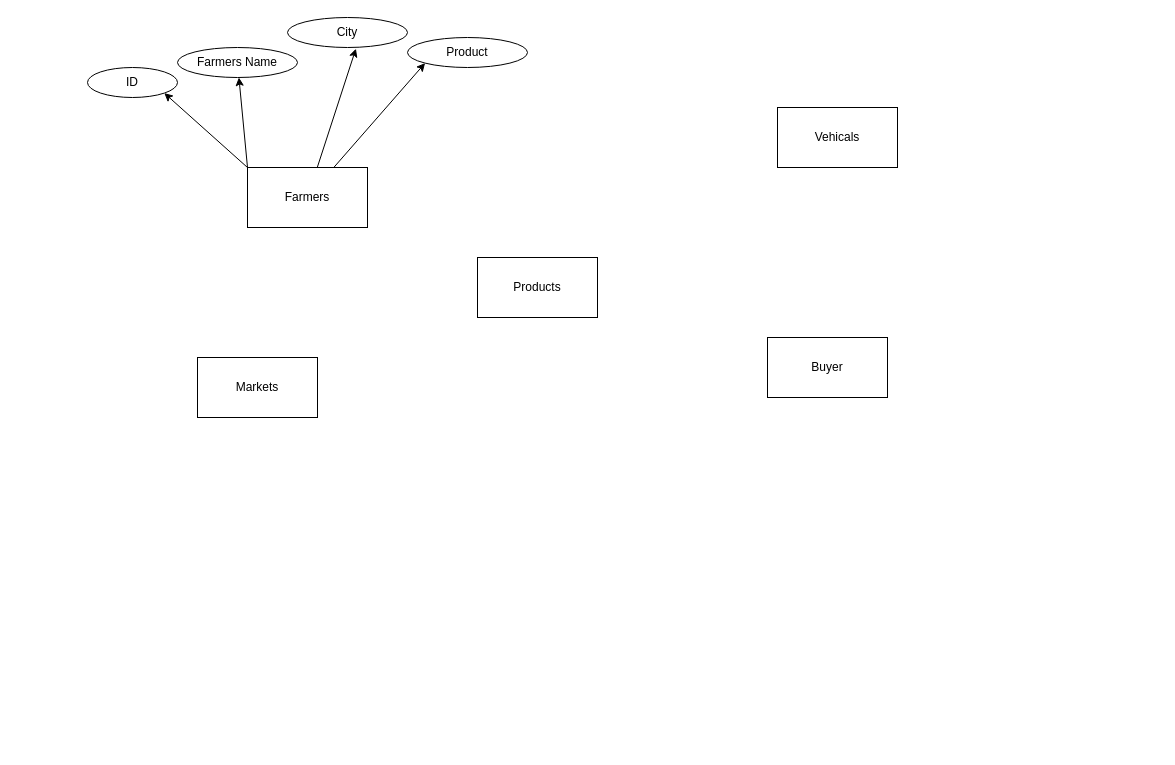
Above: Untitled Diagram.drawio in rahulshermale/farmer_help (draw.io), before the change. Source tidied: cells renumbered, new cells numbered last; positions are measured from the earlier drawing's top-left corner, leaving out a move shared by most shapes. Both pictures are drawn from the tidied source at 100%, with x=0, y=0 at pixel (87, 17).
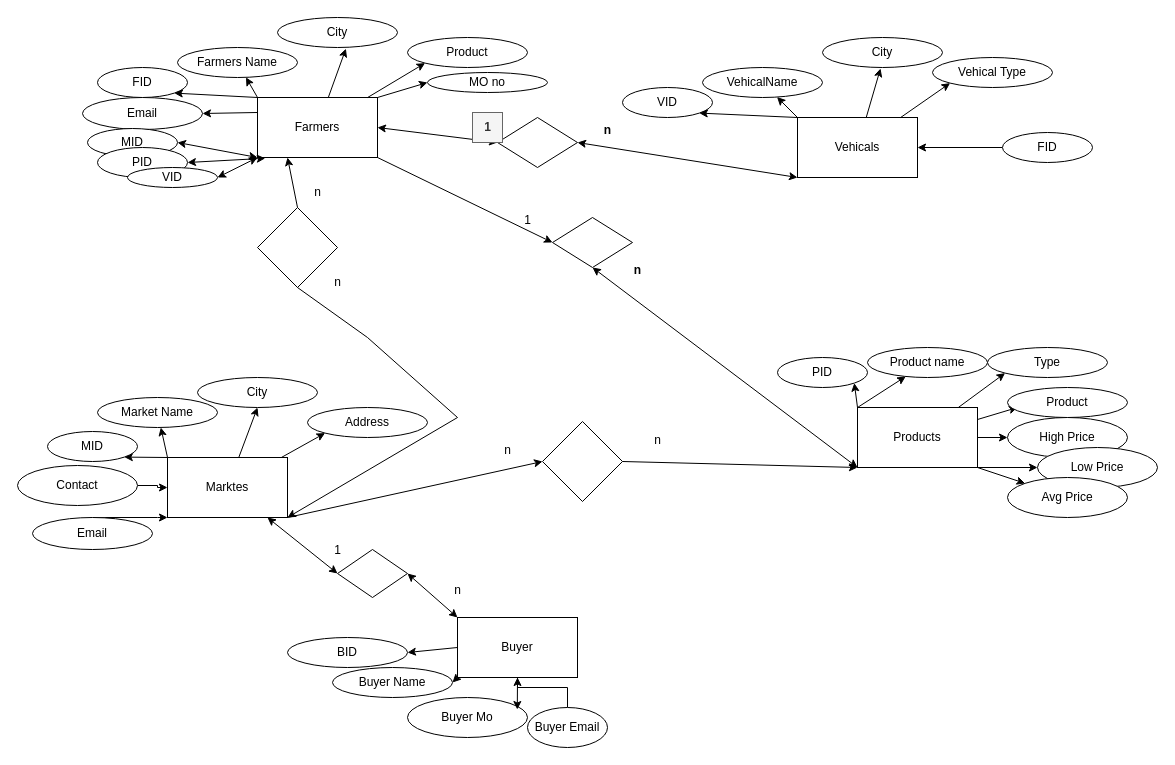
The same diagram, later.

Diff of the diagram source:
```diff
@@
     <mxCell id="2" value="Farmers" style="rounded=0;whiteSpace=wrap;html=1;" parent="1" vertex="1">
-      <mxGeometry x="160" y="150" width="120" height="60" as="geometry" />
+      <mxGeometry x="170" y="80" width="120" height="60" as="geometry" />
     </mxCell>
-    <mxCell id="3" value="Vehicals" style="whiteSpace=wrap;html=1;" parent="1" vertex="1">
-      <mxGeometry x="690" y="90" width="120" height="60" as="geometry" />
-    </mxCell>
-    <mxCell id="4" value="Markets" style="whiteSpace=wrap;html=1;" parent="1" vertex="1">
-      <mxGeometry x="110" y="340" width="120" height="60" as="geometry" />
-    </mxCell>
     <mxCell id="5" value="Buyer" style="whiteSpace=wrap;html=1;" parent="1" vertex="1">
-      <mxGeometry x="680" y="320" width="120" height="60" as="geometry" />
+      <mxGeometry x="370" y="600" width="120" height="60" as="geometry" />
     </mxCell>
-    <mxCell id="6" value="ID" style="ellipse;whiteSpace=wrap;html=1;" parent="1" vertex="1">
-      <mxGeometry y="50" width="90" height="30" as="geometry" />
+    <mxCell id="6" value="FID" style="ellipse;whiteSpace=wrap;html=1;" parent="1" vertex="1">
+      <mxGeometry x="10" y="50" width="90" height="30" as="geometry" />
     </mxCell>
@@
     <mxCell id="9" value="City" style="ellipse;whiteSpace=wrap;html=1;" parent="1" vertex="1">
-      <mxGeometry x="200" width="120" height="30" as="geometry" />
+      <mxGeometry x="190" width="120" height="30" as="geometry" />
     </mxCell>
-    <mxCell id="10" value="Products" style="rounded=0;whiteSpace=wrap;html=1;" parent="1" vertex="1">
-      <mxGeometry x="390" y="240" width="120" height="60" as="geometry" />
-    </mxCell>
@@
+    <mxCell id="3" value="Vehicals" style="rounded=0;whiteSpace=wrap;html=1;" parent="1" vertex="1">
+      <mxGeometry x="710" y="100" width="120" height="60" as="geometry" />
+    </mxCell>
+    <mxCell id="15" value="VID" style="ellipse;whiteSpace=wrap;html=1;" parent="1" vertex="1">
+      <mxGeometry x="535" y="70" width="90" height="30" as="geometry" />
+    </mxCell>
+    <mxCell id="16" value="VehicalName" style="ellipse;whiteSpace=wrap;html=1;" parent="1" vertex="1">
+      <mxGeometry x="615" y="50" width="120" height="30" as="geometry" />
+    </mxCell>
+    <mxCell id="17" value="Vehical Type" style="ellipse;whiteSpace=wrap;html=1;" parent="1" vertex="1">
+      <mxGeometry x="845" y="40" width="120" height="30" as="geometry" />
+    </mxCell>
+    <mxCell id="18" style="endArrow=classic;html=1;rounded=0;entryX=1;entryY=1;entryDx=0;entryDy=0;exitX=0;exitY=0;exitDx=0;exitDy=0;" parent="1" edge="1" source="3" target="15">
+      <mxGeometry relative="1" as="geometry" />
+    </mxCell>
+    <mxCell id="19" style="endArrow=classic;html=1;rounded=0;exitX=0;exitY=0;exitDx=0;exitDy=0;" parent="1" edge="1" source="3" target="16">
+      <mxGeometry relative="1" as="geometry" />
+    </mxCell>
+    <mxCell id="20" style="endArrow=classic;html=1;rounded=0;entryX=0.57;entryY=1.04;entryDx=0;entryDy=0;entryPerimeter=0;" parent="1" edge="1" source="3">
+      <mxGeometry relative="1" as="geometry">
+        <mxPoint x="793" y="51" as="targetPoint" />
+      </mxGeometry>
+    </mxCell>
+    <mxCell id="21" style="endArrow=classic;html=1;rounded=0;entryX=0;entryY=1;entryDx=0;entryDy=0;" parent="1" edge="1" source="3" target="17">
+      <mxGeometry relative="1" as="geometry" />
+    </mxCell>
+    <mxCell id="22" value="City" style="ellipse;whiteSpace=wrap;html=1;" parent="1" vertex="1">
+      <mxGeometry x="735" y="20" width="120" height="30" as="geometry" />
+    </mxCell>
+    <mxCell id="10" value="Products" style="rounded=0;whiteSpace=wrap;html=1;" parent="1" vertex="1">
+      <mxGeometry x="770" y="390" width="120" height="60" as="geometry" />
+    </mxCell>
+    <mxCell id="23" value="PID" style="ellipse;whiteSpace=wrap;html=1;" parent="1" vertex="1">
+      <mxGeometry x="690" y="340" width="90" height="30" as="geometry" />
+    </mxCell>
+    <mxCell id="24" value="Product name" style="ellipse;whiteSpace=wrap;html=1;" parent="1" vertex="1">
+      <mxGeometry x="780" y="330" width="120" height="30" as="geometry" />
+    </mxCell>
+    <mxCell id="25" style="endArrow=classic;html=1;rounded=0;entryX=1;entryY=1;entryDx=0;entryDy=0;exitX=0;exitY=0;exitDx=0;exitDy=0;" parent="1" edge="1" source="10" target="23">
+      <mxGeometry relative="1" as="geometry" />
+    </mxCell>
+    <mxCell id="26" style="endArrow=classic;html=1;rounded=0;exitX=0;exitY=0;exitDx=0;exitDy=0;" parent="1" edge="1" source="10" target="24">
+      <mxGeometry relative="1" as="geometry" />
+    </mxCell>
+    <mxCell id="27" style="endArrow=classic;html=1;rounded=0;entryX=0;entryY=1;entryDx=0;entryDy=0;" parent="1" edge="1" source="10" target="29">
+      <mxGeometry relative="1" as="geometry" />
+    </mxCell>
+    <mxCell id="28" style="endArrow=classic;html=1;rounded=0;" parent="1" edge="1" source="10">
+      <mxGeometry relative="1" as="geometry">
+        <mxPoint x="930" y="390" as="targetPoint" />
+      </mxGeometry>
+    </mxCell>
+    <mxCell id="29" value="Type" style="ellipse;whiteSpace=wrap;html=1;" parent="1" vertex="1">
+      <mxGeometry x="900" y="330" width="120" height="30" as="geometry" />
+    </mxCell>
+    <mxCell id="30" value="Product" style="ellipse;whiteSpace=wrap;html=1;" parent="1" vertex="1">
+      <mxGeometry x="920" y="370" width="120" height="30" as="geometry" />
+    </mxCell>
+    <mxCell id="31" value="High Price" style="ellipse;whiteSpace=wrap;html=1;" parent="1" vertex="1">
+      <mxGeometry x="920" y="400" width="120" height="40" as="geometry" />
+    </mxCell>
+    <mxCell id="32" value="Low Price" style="ellipse;whiteSpace=wrap;html=1;" parent="1" vertex="1">
+      <mxGeometry x="950" y="430" width="120" height="40" as="geometry" />
+    </mxCell>
+    <mxCell id="33" value="Avg Price" style="ellipse;whiteSpace=wrap;html=1;" parent="1" vertex="1">
+      <mxGeometry x="920" y="460" width="120" height="40" as="geometry" />
+    </mxCell>
+    <mxCell id="34" style="endArrow=classic;html=1;rounded=0;entryX=0;entryY=0.5;entryDx=0;entryDy=0;exitX=1;exitY=0.5;exitDx=0;exitDy=0;" parent="1" edge="1" source="10" target="31">
+      <mxGeometry relative="1" as="geometry" />
+    </mxCell>
+    <mxCell id="35" style="endArrow=classic;html=1;rounded=0;entryX=0;entryY=0.5;entryDx=0;entryDy=0;" parent="1" edge="1" target="32">
+      <mxGeometry relative="1" as="geometry">
+        <mxPoint x="890" y="450" as="sourcePoint" />
+        <Array as="points">
+          <mxPoint x="890" y="450" />
+        </Array>
+      </mxGeometry>
+    </mxCell>
+    <mxCell id="36" style="endArrow=classic;html=1;rounded=0;entryX=0;entryY=0;entryDx=0;entryDy=0;exitX=1;exitY=1;exitDx=0;exitDy=0;" parent="1" edge="1" source="10" target="33">
+      <mxGeometry relative="1" as="geometry" />
+    </mxCell>
+    <mxCell id="37" value="Marktes" style="rounded=0;whiteSpace=wrap;html=1;" parent="1" vertex="1">
+      <mxGeometry x="80" y="440" width="120" height="60" as="geometry" />
+    </mxCell>
+    <mxCell id="38" value="Market Name" style="ellipse;whiteSpace=wrap;html=1;" parent="1" vertex="1">
+      <mxGeometry x="10" y="380" width="120" height="30" as="geometry" />
+    </mxCell>
+    <mxCell id="39" style="endArrow=classic;html=1;rounded=0;entryX=1;entryY=1;entryDx=0;entryDy=0;exitX=0;exitY=0;exitDx=0;exitDy=0;" parent="1" edge="1" source="37" target="45">
+      <mxGeometry relative="1" as="geometry" />
+    </mxCell>
+    <mxCell id="40" style="endArrow=classic;html=1;rounded=0;exitX=0;exitY=0;exitDx=0;exitDy=0;" parent="1" edge="1" source="37" target="38">
+      <mxGeometry relative="1" as="geometry" />
+    </mxCell>
+    <mxCell id="41" style="endArrow=classic;html=1;rounded=0;entryX=0.5;entryY=1;entryDx=0;entryDy=0;" parent="1" edge="1" source="37" target="43">
+      <mxGeometry relative="1" as="geometry" />
+    </mxCell>
+    <mxCell id="42" style="endArrow=classic;html=1;rounded=0;entryX=0;entryY=1;entryDx=0;entryDy=0;" parent="1" edge="1" source="37" target="44">
+      <mxGeometry relative="1" as="geometry" />
+    </mxCell>
+    <mxCell id="43" value="City" style="ellipse;whiteSpace=wrap;html=1;" parent="1" vertex="1">
+      <mxGeometry x="110" y="360" width="120" height="30" as="geometry" />
+    </mxCell>
+    <mxCell id="44" value="Address" style="ellipse;whiteSpace=wrap;html=1;" parent="1" vertex="1">
+      <mxGeometry x="220" y="390" width="120" height="30" as="geometry" />
+    </mxCell>
+    <mxCell id="45" value="MID" style="ellipse;whiteSpace=wrap;html=1;" parent="1" vertex="1">
+      <mxGeometry x="-40" y="414" width="90" height="30" as="geometry" />
+    </mxCell>
+    <mxCell id="46" style="rhombus;whiteSpace=wrap;html=1;" parent="1" vertex="1">
+      <mxGeometry x="170" y="190" width="80" height="80" as="geometry" />
+    </mxCell>
+    <mxCell id="47" style="endArrow=classic;html=1;rounded=0;entryX=0.25;entryY=1;entryDx=0;entryDy=0;exitX=0.5;exitY=0;exitDx=0;exitDy=0;" parent="1" edge="1" source="46" target="2">
+      <mxGeometry relative="1" as="geometry" />
+    </mxCell>
+    <mxCell id="48" style="endArrow=classic;html=1;rounded=0;exitX=0.5;exitY=1;exitDx=0;exitDy=0;entryX=1;entryY=1;entryDx=0;entryDy=0;" parent="1" edge="1" source="46" target="37">
+      <mxGeometry relative="1" as="geometry">
+        <Array as="points">
+          <mxPoint x="280" y="320" />
+          <mxPoint x="370" y="400" />
+        </Array>
+      </mxGeometry>
+    </mxCell>
+    <mxCell id="49" value="n" style="text;html=1;align=center;verticalAlign=middle;strokeColor=none;fillColor=none;" parent="1" vertex="1">
+      <mxGeometry x="215" y="160" width="30" height="30" as="geometry" />
+    </mxCell>
+    <mxCell id="50" value="n" style="text;html=1;align=center;verticalAlign=middle;strokeColor=none;fillColor=none;" parent="1" vertex="1">
+      <mxGeometry x="235" y="250" width="30" height="30" as="geometry" />
+    </mxCell>
+    <mxCell id="51" style="rhombus;whiteSpace=wrap;html=1;" parent="1" vertex="1">
+      <mxGeometry x="410" y="100" width="80" height="50" as="geometry" />
+    </mxCell>
+    <mxCell id="52" style="endArrow=classic;startArrow=classic;html=1;rounded=0;entryX=0;entryY=1;entryDx=0;entryDy=0;exitX=1;exitY=0.5;exitDx=0;exitDy=0;" parent="1" edge="1" source="51" target="3">
+      <mxGeometry relative="1" as="geometry" />
+    </mxCell>
+    <mxCell id="53" style="endArrow=classic;startArrow=classic;html=1;rounded=0;entryX=0;entryY=0.5;entryDx=0;entryDy=0;exitX=1;exitY=0.5;exitDx=0;exitDy=0;" parent="1" edge="1" source="2" target="51">
+      <mxGeometry relative="1" as="geometry" />
+    </mxCell>
+    <mxCell id="54" value="&lt;b&gt;1&lt;/b&gt;" style="text;html=1;align=center;verticalAlign=middle;fillColor=#f5f5f5;fontColor=#333333;strokeColor=#666666;" parent="1" vertex="1">
+      <mxGeometry x="385" y="95" width="30" height="30" as="geometry" />
+    </mxCell>
+    <mxCell id="55" value="&lt;b&gt;n&lt;/b&gt;" style="text;html=1;align=center;verticalAlign=middle;strokeColor=none;fillColor=none;" parent="1" vertex="1">
+      <mxGeometry x="505" y="98" width="30" height="30" as="geometry" />
+    </mxCell>
+    <mxCell id="56" style="rhombus;whiteSpace=wrap;html=1;" parent="1" vertex="1">
+      <mxGeometry x="465" y="200" width="80" height="50" as="geometry" />
+    </mxCell>
+    <mxCell id="57" style="endArrow=classic;html=1;rounded=0;entryX=0;entryY=0.5;entryDx=0;entryDy=0;exitX=1;exitY=1;exitDx=0;exitDy=0;" parent="1" edge="1" source="2" target="56">
+      <mxGeometry relative="1" as="geometry" />
+    </mxCell>
+    <mxCell id="58" style="endArrow=classic;startArrow=classic;html=1;rounded=0;entryX=0;entryY=1;entryDx=0;entryDy=0;exitX=0.5;exitY=1;exitDx=0;exitDy=0;" parent="1" edge="1" source="56" target="10">
+      <mxGeometry relative="1" as="geometry" />
+    </mxCell>
+    <mxCell id="59" value="1" style="text;html=1;align=center;verticalAlign=middle;strokeColor=none;fillColor=none;" parent="1" vertex="1">
+      <mxGeometry x="425" y="188" width="30" height="30" as="geometry" />
+    </mxCell>
+    <mxCell id="60" value="&lt;b&gt;n&lt;/b&gt;" style="text;html=1;align=center;verticalAlign=middle;strokeColor=none;fillColor=none;" parent="1" vertex="1">
+      <mxGeometry x="535" y="238" width="30" height="30" as="geometry" />
+    </mxCell>
+    <mxCell id="61" style="rhombus;whiteSpace=wrap;html=1;" parent="1" vertex="1">
+      <mxGeometry x="455" y="404" width="80" height="80" as="geometry" />
+    </mxCell>
+    <mxCell id="62" style="endArrow=classic;html=1;rounded=0;exitX=1;exitY=0.5;exitDx=0;exitDy=0;" parent="1" edge="1" source="61">
+      <mxGeometry relative="1" as="geometry">
+        <mxPoint x="770" y="450" as="targetPoint" />
+      </mxGeometry>
+    </mxCell>
+    <mxCell id="63" style="endArrow=classic;html=1;rounded=0;exitX=1;exitY=1;exitDx=0;exitDy=0;entryX=0;entryY=0.5;entryDx=0;entryDy=0;" parent="1" edge="1" source="37" target="61">
+      <mxGeometry relative="1" as="geometry" />
+    </mxCell>
+    <mxCell id="64" value="n" style="text;html=1;align=center;verticalAlign=middle;strokeColor=none;fillColor=none;" parent="1" vertex="1">
+      <mxGeometry x="555" y="408" width="30" height="30" as="geometry" />
+    </mxCell>
+    <mxCell id="65" value="n" style="text;html=1;align=center;verticalAlign=middle;strokeColor=none;fillColor=none;" parent="1" vertex="1">
+      <mxGeometry x="405" y="418" width="30" height="30" as="geometry" />
+    </mxCell>
+    <mxCell id="66" value="BID" style="ellipse;whiteSpace=wrap;html=1;" parent="1" vertex="1">
+      <mxGeometry x="200" y="620" width="120" height="30" as="geometry" />
+    </mxCell>
+    <mxCell id="67" value="Buyer Name" style="ellipse;whiteSpace=wrap;html=1;" parent="1" vertex="1">
+      <mxGeometry x="245" y="650" width="120" height="30" as="geometry" />
+    </mxCell>
+    <mxCell id="68" value="Buyer Mo" style="ellipse;whiteSpace=wrap;html=1;" parent="1" vertex="1">
+      <mxGeometry x="320" y="680" width="120" height="40" as="geometry" />
+    </mxCell>
+    <mxCell id="69" style="edgeStyle=orthogonalEdgeStyle;rounded=0;jettySize=auto;html=1;" parent="1" edge="1" source="70" target="37">
+      <mxGeometry relative="1" as="geometry" />
+    </mxCell>
+    <mxCell id="70" value="Contact" style="ellipse;whiteSpace=wrap;html=1;" parent="1" vertex="1">
+      <mxGeometry x="-70" y="448" width="120" height="40" as="geometry" />
+    </mxCell>
+    <mxCell id="71" style="edgeStyle=orthogonalEdgeStyle;rounded=0;jettySize=auto;html=1;" parent="1" edge="1" source="72" target="37">
+      <mxGeometry relative="1" as="geometry">
+        <Array as="points">
+          <mxPoint x="70" y="500" />
+          <mxPoint x="70" y="500" />
+        </Array>
+      </mxGeometry>
+    </mxCell>
+    <mxCell id="72" value="Email" style="ellipse;whiteSpace=wrap;html=1;" parent="1" vertex="1">
+      <mxGeometry x="-55" y="500" width="120" height="32" as="geometry" />
+    </mxCell>
+    <mxCell id="73" value="MO no" style="ellipse;whiteSpace=wrap;html=1;" parent="1" vertex="1">
+      <mxGeometry x="340" y="55" width="120" height="20" as="geometry" />
+    </mxCell>
+    <mxCell id="74" style="endArrow=classic;html=1;rounded=0;entryX=0;entryY=0.5;entryDx=0;entryDy=0;exitX=1;exitY=0;exitDx=0;exitDy=0;" parent="1" edge="1" source="2" target="73">
+      <mxGeometry relative="1" as="geometry" />
+    </mxCell>
+    <mxCell id="75" value="Email" style="ellipse;whiteSpace=wrap;html=1;" parent="1" vertex="1">
+      <mxGeometry x="-5" y="80" width="120" height="32" as="geometry" />
+    </mxCell>
+    <mxCell id="76" style="endArrow=classic;html=1;rounded=0;entryX=1;entryY=0.5;entryDx=0;entryDy=0;exitX=0;exitY=0.25;exitDx=0;exitDy=0;" parent="1" edge="1" source="2" target="75">
+      <mxGeometry relative="1" as="geometry" />
+    </mxCell>
+    <mxCell id="77" style="endArrow=classic;html=1;rounded=0;entryX=1;entryY=0.5;entryDx=0;entryDy=0;exitX=0;exitY=0.5;exitDx=0;exitDy=0;" parent="1" edge="1" source="5" target="66">
+      <mxGeometry relative="1" as="geometry" />
+    </mxCell>
+    <mxCell id="78" style="endArrow=classic;html=1;rounded=0;entryX=1;entryY=0.5;entryDx=0;entryDy=0;" parent="1" edge="1" target="67">
+      <mxGeometry relative="1" as="geometry">
+        <mxPoint x="370" y="660" as="sourcePoint" />
+      </mxGeometry>
+    </mxCell>
+    <mxCell id="79" style="endArrow=classic;html=1;rounded=0;entryX=0.915;entryY=0.3;entryDx=0;entryDy=0;entryPerimeter=0;exitX=0.5;exitY=1;exitDx=0;exitDy=0;" parent="1" edge="1" source="5" target="68">
+      <mxGeometry relative="1" as="geometry" />
+    </mxCell>
+    <mxCell id="80" style="edgeStyle=orthogonalEdgeStyle;rounded=0;jettySize=auto;html=1;" parent="1" edge="1" source="81" target="5">
+      <mxGeometry relative="1" as="geometry" />
+    </mxCell>
+    <mxCell id="81" value="Buyer Email" style="ellipse;whiteSpace=wrap;html=1;" parent="1" vertex="1">
+      <mxGeometry x="440" y="690" width="80" height="40" as="geometry" />
+    </mxCell>
+    <mxCell id="82" style="endArrow=classic;startArrow=classic;html=1;rounded=0;exitX=0.833;exitY=1;exitDx=0;exitDy=0;exitPerimeter=0;entryX=0;entryY=0.5;entryDx=0;entryDy=0;" parent="1" edge="1" source="37" target="83">
+      <mxGeometry relative="1" as="geometry" />
+    </mxCell>
+    <mxCell id="83" style="rhombus;whiteSpace=wrap;html=1;" parent="1" vertex="1">
+      <mxGeometry x="250" y="532" width="70" height="48" as="geometry" />
+    </mxCell>
+    <mxCell id="84" style="endArrow=classic;startArrow=classic;html=1;rounded=0;exitX=1;exitY=0.5;exitDx=0;exitDy=0;entryX=0;entryY=0;entryDx=0;entryDy=0;" parent="1" edge="1" source="83" target="5">
+      <mxGeometry relative="1" as="geometry" />
+    </mxCell>
+    <mxCell id="85" value="1" style="text;html=1;align=center;verticalAlign=middle;strokeColor=none;fillColor=none;" parent="1" vertex="1">
+      <mxGeometry x="235" y="518" width="30" height="30" as="geometry" />
+    </mxCell>
+    <mxCell id="86" value="n" style="text;html=1;align=center;verticalAlign=middle;strokeColor=none;fillColor=none;" parent="1" vertex="1">
+      <mxGeometry x="355" y="558" width="30" height="30" as="geometry" />
+    </mxCell>
+    <mxCell id="87" value="MID" style="ellipse;whiteSpace=wrap;html=1;" parent="1" vertex="1">
+      <mxGeometry y="111" width="90" height="28" as="geometry" />
+    </mxCell>
+    <mxCell id="88" value="PID" style="ellipse;whiteSpace=wrap;html=1;" parent="1" vertex="1">
+      <mxGeometry x="10" y="130" width="90" height="30" as="geometry" />
+    </mxCell>
+    <mxCell id="89" value="VID" style="ellipse;whiteSpace=wrap;html=1;" parent="1" vertex="1">
+      <mxGeometry x="40" y="150" width="90" height="20" as="geometry" />
+    </mxCell>
+    <mxCell id="90" style="endArrow=classic;startArrow=classic;html=1;rounded=0;entryX=1;entryY=0.5;entryDx=0;entryDy=0;exitX=0.065;exitY=1.013;exitDx=0;exitDy=0;exitPerimeter=0;" parent="1" edge="1" source="2" target="88">
+      <mxGeometry relative="1" as="geometry" />
+    </mxCell>
+    <mxCell id="91" style="endArrow=classic;startArrow=classic;html=1;rounded=0;entryX=1;entryY=0.5;entryDx=0;entryDy=0;exitX=0;exitY=1;exitDx=0;exitDy=0;" parent="1" edge="1" source="2" target="87">
+      <mxGeometry relative="1" as="geometry" />
+    </mxCell>
+    <mxCell id="92" style="endArrow=classic;startArrow=classic;html=1;rounded=0;entryX=1;entryY=0.5;entryDx=0;entryDy=0;exitX=0;exitY=1;exitDx=0;exitDy=0;" parent="1" edge="1" source="2" target="89">
+      <mxGeometry relative="1" as="geometry" />
+    </mxCell>
+    <mxCell id="93" style="edgeStyle=orthogonalEdgeStyle;rounded=0;jettySize=auto;html=1;" parent="1" edge="1" source="94" target="3">
+      <mxGeometry relative="1" as="geometry" />
+    </mxCell>
+    <mxCell id="94" value="FID" style="ellipse;whiteSpace=wrap;html=1;" parent="1" vertex="1">
+      <mxGeometry x="915" y="115" width="90" height="30" as="geometry" />
+    </mxCell>
```
